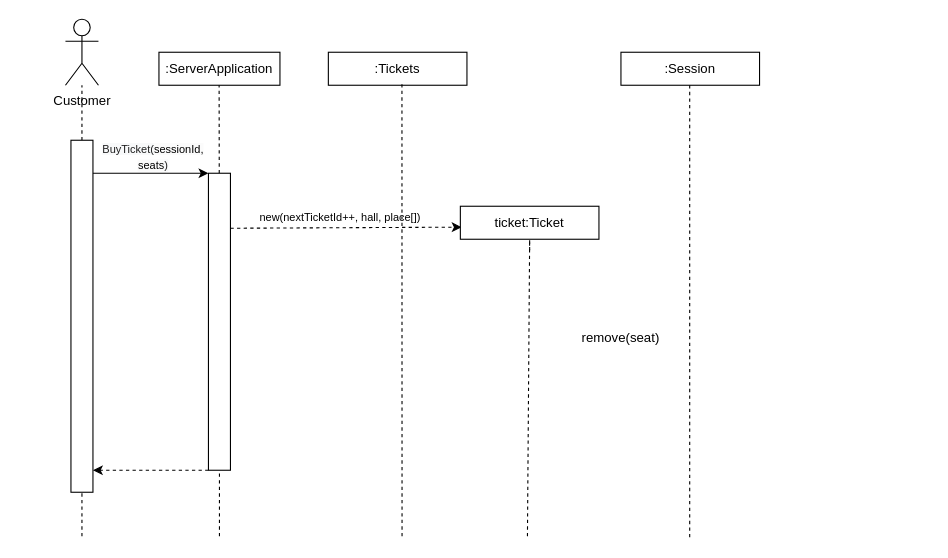
The draw.io diagram page "BuyingInitialization" (2 of 3) of Диаграмма_последовательности_5.drawio in ANDaniell/-design-practice, before the edit. Source tidied: cells renumbered, new cells numbered last; positions are measured from the earlier drawing's top-left corner, leaving out a move shared by most shapes. Both pictures are drawn from the tidied source at 110%, with x=0, y=0 at pixel (26, 19).
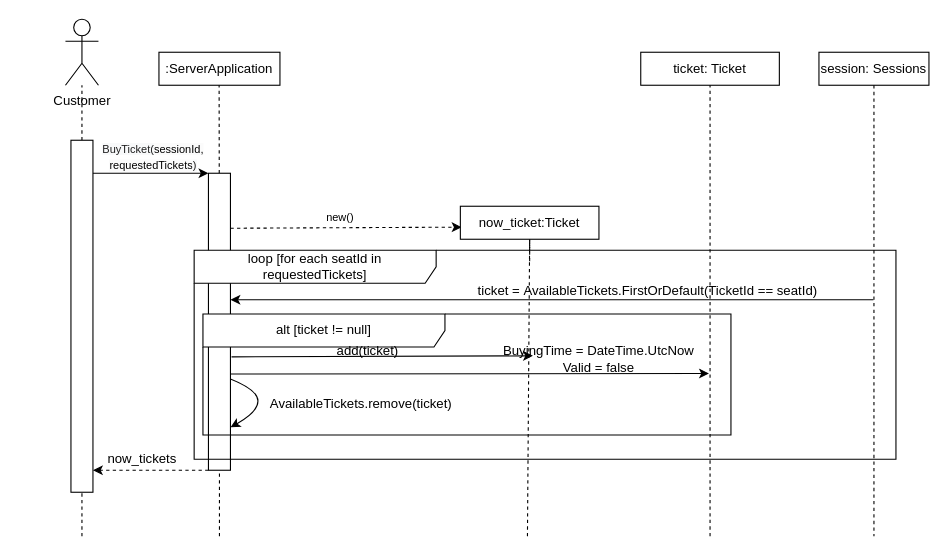
The same diagram, later.

What changed in the source:
```diff
@@
     <mxCell id="12" style="rounded=0;whiteSpace=wrap;html=1;" parent="1" vertex="1">
-      <mxGeometry x="274" y="30" width="126" height="30" as="geometry" />
+      <mxGeometry x="558" y="30" width="126" height="30" as="geometry" />
     </mxCell>
-    <mxCell id="13" value=":Tickets" style="text;html=1;align=center;verticalAlign=middle;whiteSpace=wrap;rounded=0;" parent="1" vertex="1">
-      <mxGeometry x="274" y="30" width="126" height="30" as="geometry" />
+    <mxCell id="13" value="ticket: Ticket" style="text;html=1;align=center;verticalAlign=middle;whiteSpace=wrap;rounded=0;" parent="1" vertex="1">
+      <mxGeometry x="558" y="30" width="126" height="30" as="geometry" />
     </mxCell>
-    <mxCell id="14" style="endArrow=none;dashed=1;html=1;rounded=0;entryX=0.531;entryY=0.957;entryDx=0;entryDy=0;entryPerimeter=0;" parent="1" edge="1" target="13">
+    <mxCell id="14" style="endArrow=none;dashed=1;html=1;rounded=0;entryX=0.5;entryY=1;entryDx=0;entryDy=0;" parent="1" edge="1" target="13">
       <mxGeometry relative="1" as="geometry">
-        <mxPoint x="341" y="470" as="sourcePoint" />
+        <mxPoint x="621" y="470" as="sourcePoint" />
       </mxGeometry>
     </mxCell>
-    <mxCell id="15" value="&lt;div style=&quot;text-align: center;&quot;&gt;&lt;font style=&quot;font-size: 10px;&quot;&gt;&lt;span style=&quot;text-align: left;&quot;&gt;&lt;font style=&quot;&quot;&gt;&lt;font face=&quot;Arial, sans-serif&quot; color=&quot;#1f1f1f&quot;&gt;&lt;span style=&quot;white-space-collapse: preserve; background-color: rgb(248, 249, 250);&quot;&gt;BuyTicket(&lt;/span&gt;&lt;/font&gt;&lt;span style=&quot;background-color: rgb(251, 251, 251);&quot;&gt;sessionId, seats&lt;/span&gt;&lt;/font&gt;&lt;/span&gt;&lt;/font&gt;&lt;span style=&quot;background-color: rgb(248, 249, 250); color: rgb(31, 31, 31); font-family: Arial, sans-serif; text-align: left; white-space-collapse: preserve; font-size: 10px;&quot;&gt;)&lt;/span&gt;&lt;/div&gt;" style="text;html=1;align=center;verticalAlign=middle;whiteSpace=wrap;rounded=0;" parent="1" vertex="1">
+    <mxCell id="15" value="&lt;div style=&quot;text-align: center;&quot;&gt;&lt;font style=&quot;font-size: 10px;&quot;&gt;&lt;span style=&quot;text-align: left;&quot;&gt;&lt;font style=&quot;&quot;&gt;&lt;font face=&quot;Arial, sans-serif&quot; color=&quot;#1f1f1f&quot;&gt;&lt;span style=&quot;white-space-collapse: preserve; background-color: rgb(248, 249, 250);&quot;&gt;BuyTicket(&lt;/span&gt;&lt;/font&gt;&lt;span style=&quot;background-color: rgb(251, 251, 251);&quot;&gt;sessionId, requestedTickets&lt;/span&gt;&lt;/font&gt;&lt;/span&gt;&lt;/font&gt;&lt;span style=&quot;background-color: rgb(248, 249, 250); color: rgb(31, 31, 31); font-family: Arial, sans-serif; text-align: left; white-space-collapse: preserve; font-size: 10px;&quot;&gt;)&lt;/span&gt;&lt;/div&gt;" style="text;html=1;align=center;verticalAlign=middle;whiteSpace=wrap;rounded=0;" parent="1" vertex="1">
       <mxGeometry x="60" y="110" width="110" height="30" as="geometry" />
     </mxCell>
@@
-    <mxCell id="17" value="ticket:Ticket" style="rounded=0;whiteSpace=wrap;html=1;" parent="1" vertex="1">
+    <mxCell id="17" value="now_ticket:Ticket" style="rounded=0;whiteSpace=wrap;html=1;" parent="1" vertex="1">
       <mxGeometry x="394" y="170" width="126" height="30" as="geometry" />
     </mxCell>
-    <mxCell id="18" value="&lt;font style=&quot;font-size: 10px;&quot;&gt;new(nextTicketId++, hall, place[])&lt;/font&gt;" style="text;html=1;align=center;verticalAlign=middle;whiteSpace=wrap;rounded=0;" parent="1" vertex="1">
-      <mxGeometry x="170" y="170" width="230" height="20" as="geometry" />
+    <mxCell id="18" value="&lt;font style=&quot;font-size: 10px;&quot;&gt;new()&lt;/font&gt;" style="text;html=1;align=center;verticalAlign=middle;whiteSpace=wrap;rounded=0;" parent="1" vertex="1">
+      <mxGeometry x="250" y="170" width="70" height="20" as="geometry" />
     </mxCell>
@@
     <mxCell id="20" style="endArrow=none;dashed=1;html=1;rounded=0;entryX=0.5;entryY=1;entryDx=0;entryDy=0;" parent="1" edge="1" target="17">
       <mxGeometry relative="1" as="geometry">
-        <mxPoint x="455" y="470" as="sourcePoint" />
+        <mxPoint x="457" y="220" as="sourcePoint" />
       </mxGeometry>
     </mxCell>
-    <mxCell id="21" style="rounded=0;whiteSpace=wrap;html=1;" parent="1" vertex="1">
-      <mxGeometry x="540" y="30" width="126" height="30" as="geometry" />
-    </mxCell>
-    <mxCell id="22" value=":Session" style="text;html=1;align=center;verticalAlign=middle;whiteSpace=wrap;rounded=0;" parent="1" vertex="1">
-      <mxGeometry x="540" y="30" width="126" height="30" as="geometry" />
-    </mxCell>
-    <mxCell id="23" style="endArrow=none;dashed=1;html=1;rounded=0;entryX=0.531;entryY=0.957;entryDx=0;entryDy=0;entryPerimeter=0;" parent="1" edge="1">
-      <mxGeometry relative="1" as="geometry">
-        <mxPoint x="602.5" y="471" as="sourcePoint" />
-        <mxPoint x="602.5" y="60" as="targetPoint" />
-      </mxGeometry>
-    </mxCell>
-    <mxCell id="24" value="remove(seat)" style="text;html=1;align=center;verticalAlign=middle;whiteSpace=wrap;rounded=0;" parent="1" vertex="1">
-      <mxGeometry x="510" y="280" width="60" height="20" as="geometry" />
-    </mxCell>
@@
+    <mxCell id="26" style="endArrow=none;dashed=1;html=1;rounded=0;" parent="1" edge="1">
+      <mxGeometry relative="1" as="geometry">
+        <mxPoint x="455" y="470" as="sourcePoint" />
+        <mxPoint x="457" y="200" as="targetPoint" />
+      </mxGeometry>
+    </mxCell>
+    <mxCell id="27" value="&lt;font style=&quot;font-size: 12px;&quot;&gt;loop [for each seatId in requestedTickets]&lt;/font&gt;" style="shape=umlFrame;whiteSpace=wrap;html=1;width=220;height=30;" parent="1" vertex="1">
+      <mxGeometry x="152" y="210" width="638" height="190" as="geometry" />
+    </mxCell>
+    <mxCell id="28" style="curved=1;endArrow=classic;html=1;rounded=0;entryX=0.983;entryY=0.629;entryDx=0;entryDy=0;entryPerimeter=0;" parent="1" edge="1">
+      <mxGeometry relative="1" as="geometry">
+        <mxPoint x="185" y="327" as="sourcePoint" />
+        <mxPoint x="185" y="371" as="targetPoint" />
+        <Array as="points">
+          <mxPoint x="210" y="337" />
+          <mxPoint x="210" y="357" />
+        </Array>
+      </mxGeometry>
+    </mxCell>
+    <mxCell id="29" value="BuyingTime = DateTime.UtcNow&lt;br&gt;Valid = false" style="text;html=1;align=center;verticalAlign=middle;whiteSpace=wrap;rounded=0;" parent="1" vertex="1">
+      <mxGeometry x="400" y="289" width="240" height="40" as="geometry" />
+    </mxCell>
+    <mxCell id="30" value="AvailableTickets.remove(ticket)" style="text;html=1;align=center;verticalAlign=middle;whiteSpace=wrap;rounded=0;" parent="1" vertex="1">
+      <mxGeometry x="214" y="330" width="180" height="40" as="geometry" />
+    </mxCell>
+    <mxCell id="31" value="&lt;font style=&quot;font-size: 12px;&quot;&gt;alt [ticket != null]&lt;/font&gt;" style="shape=umlFrame;whiteSpace=wrap;html=1;width=220;height=30;" parent="1" vertex="1">
+      <mxGeometry x="160" y="268" width="480" height="110" as="geometry" />
+    </mxCell>
+    <mxCell id="32" value="add(ticket)" style="text;html=1;align=center;verticalAlign=middle;whiteSpace=wrap;rounded=0;" parent="1" vertex="1">
+      <mxGeometry x="280" y="292" width="60" height="20" as="geometry" />
+    </mxCell>
+    <mxCell id="33" style="endArrow=classic;html=1;rounded=0;exitX=0.95;exitY=0.596;exitDx=0;exitDy=0;exitPerimeter=0;" parent="1" edge="1">
+      <mxGeometry relative="1" as="geometry">
+        <mxPoint x="186" y="306.9" as="sourcePoint" />
+        <mxPoint x="460" y="306" as="targetPoint" />
+      </mxGeometry>
+    </mxCell>
+    <mxCell id="34" style="endArrow=classic;html=1;rounded=0;exitX=0.95;exitY=0.596;exitDx=0;exitDy=0;exitPerimeter=0;" parent="1" edge="1">
+      <mxGeometry relative="1" as="geometry">
+        <mxPoint x="185" y="322.5" as="sourcePoint" />
+        <mxPoint x="620" y="322" as="targetPoint" />
+      </mxGeometry>
+    </mxCell>
+    <mxCell id="35" value="now_tickets" style="text;html=1;align=center;verticalAlign=middle;whiteSpace=wrap;rounded=0;" parent="1" vertex="1">
+      <mxGeometry x="70" y="390" width="70" height="20" as="geometry" />
+    </mxCell>
+    <mxCell id="36" value="session: Sessions" style="shape=umlLifeline;perimeter=lifelinePerimeter;whiteSpace=wrap;html=1;outlineConnect=0;portConstraint=eastwest;newEdgeStyle={&quot;curved&quot;:0,&quot;rounded&quot;:0};size=30;" parent="1" vertex="1">
+      <mxGeometry x="720" y="30" width="100" height="440" as="geometry" />
+    </mxCell>
+    <mxCell id="37" style="endArrow=classic;html=1;rounded=0;" parent="1" edge="1" source="36">
+      <mxGeometry relative="1" as="geometry">
+        <mxPoint x="185" y="255" as="targetPoint" />
+      </mxGeometry>
+    </mxCell>
+    <mxCell id="38" value="ticket =&amp;nbsp;AvailableTickets.FirstOrDefault(TicketId == seatId)" style="text;html=1;align=center;verticalAlign=middle;strokeColor=none;fillColor=none;" parent="1" vertex="1">
+      <mxGeometry x="399" y="232" width="330" height="30" as="geometry" />
+    </mxCell>
```
